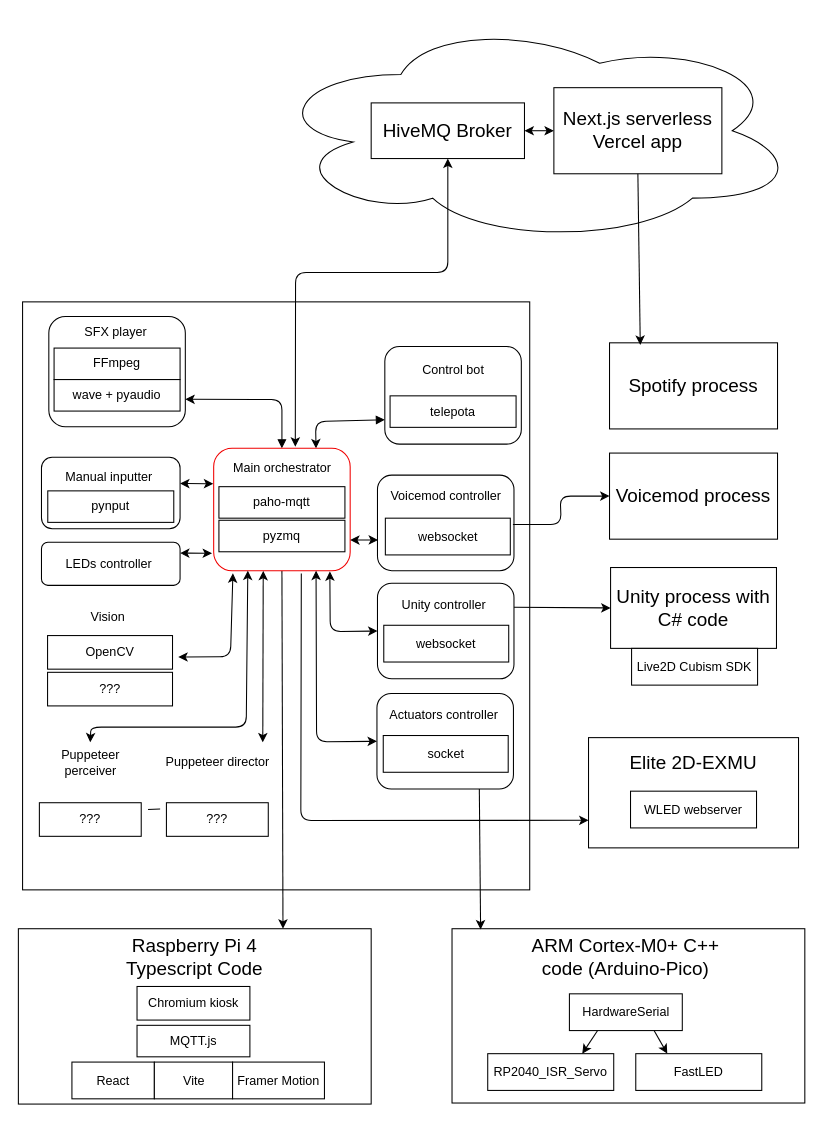
The draw.io diagram Planning/Software.drawio in MekhyW/DYNAMO2-Electronic-Fursuit-3.0, before the edit. Source tidied: cells renumbered, new cells numbered last; positions are measured from the earlier drawing's top-left corner, leaving out a move shared by most shapes. Both pictures are drawn from the tidied source at 105%, with x=0, y=0 at pixel (18, 18).
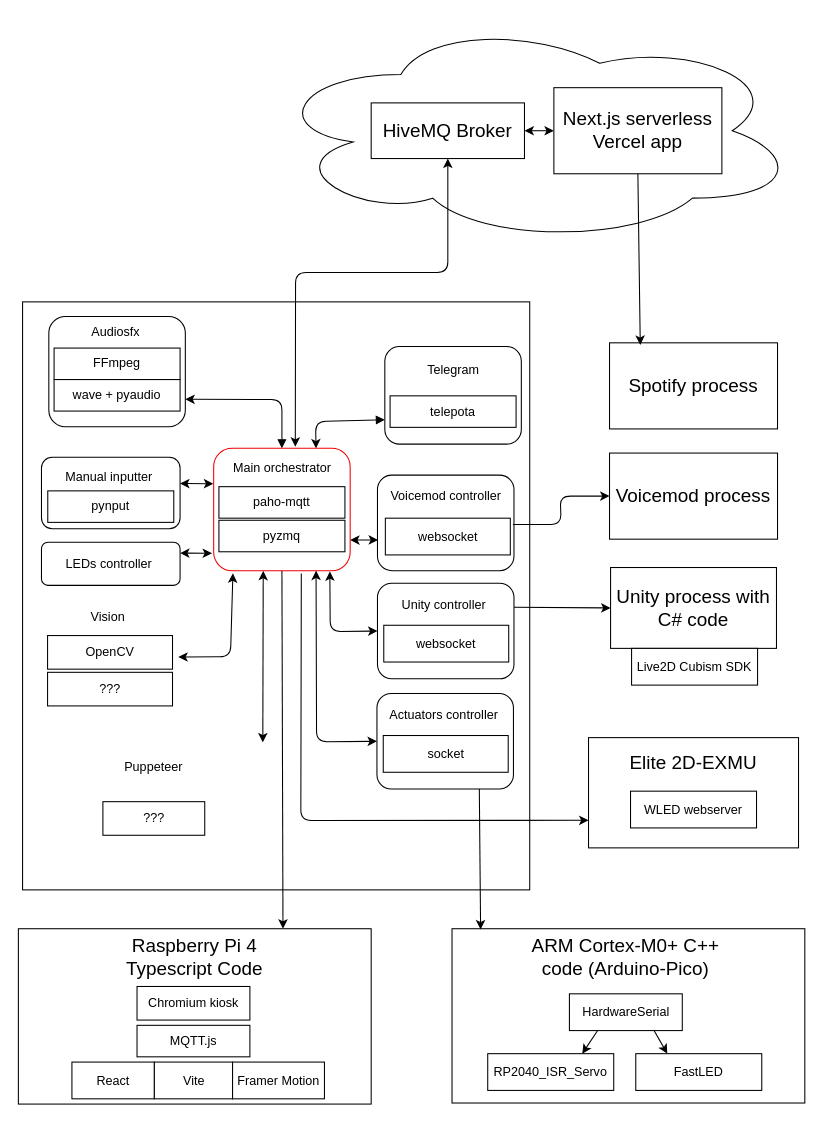
The same diagram, later.

The change refers to these unchanged cells:
```xml
<mxCell id="52" style="rounded=1;whiteSpace=wrap;html=1;fontSize=12;strokeColor=#F00000;" parent="1" vertex="1">
  <mxGeometry x="186" y="409.5" width="130" height="116.5" as="geometry" />
</mxCell>
```

The edit, as a diff of the source:
```diff
@@
-    <mxCell id="22" value="SFX player" style="text;html=1;strokeColor=none;fillColor=none;align=center;verticalAlign=middle;whiteSpace=wrap;rounded=0;fontSize=12;" parent="1" vertex="1">
+    <mxCell id="22" value="Audiosfx" style="text;html=1;strokeColor=none;fillColor=none;align=center;verticalAlign=middle;whiteSpace=wrap;rounded=0;fontSize=12;" parent="1" vertex="1">
       <mxGeometry x="55" y="284" width="76" height="30" as="geometry" />
     </mxCell>
@@
-    <mxCell id="26" value="Control bot" style="text;html=1;strokeColor=none;fillColor=none;align=center;verticalAlign=middle;whiteSpace=wrap;rounded=0;fontSize=12;" parent="1" vertex="1">
+    <mxCell id="26" value="Telegram" style="text;html=1;strokeColor=none;fillColor=none;align=center;verticalAlign=middle;whiteSpace=wrap;rounded=0;fontSize=12;" parent="1" vertex="1">
       <mxGeometry x="366.5" y="319.5" width="95" height="30" as="geometry" />
     </mxCell>
@@
-    <mxCell id="73" style="rounded=1;whiteSpace=wrap;html=1;fontSize=12;strokeColor=#FFFFFF;" parent="1" vertex="1">
-      <mxGeometry x="135" y="689" width="109" height="128" as="geometry" />
-    </mxCell>
-    <mxCell id="74" style="edgeStyle=none;html=1;exitX=1;exitY=0.5;exitDx=0;exitDy=0;entryX=0;entryY=0.5;entryDx=0;entryDy=0;endArrow=none;endFill=0;" parent="1" edge="1" source="75" target="73">
-      <mxGeometry relative="1" as="geometry" />
-    </mxCell>
     <mxCell id="75" style="rounded=1;whiteSpace=wrap;html=1;fontSize=12;strokeColor=#FFFFFF;" parent="1" vertex="1">
-      <mxGeometry x="14" y="689.5" width="109" height="128" as="geometry" />
+      <mxGeometry x="14" y="689.5" width="230" height="128" as="geometry" />
     </mxCell>
-    <mxCell id="76" value="Puppeteer perceiver" style="text;html=1;strokeColor=none;fillColor=none;align=center;verticalAlign=middle;whiteSpace=wrap;rounded=0;fontSize=12;" parent="1" vertex="1">
-      <mxGeometry x="15.5" y="694" width="106" height="30" as="geometry" />
+    <mxCell id="76" value="Puppeteer" style="text;html=1;strokeColor=none;fillColor=none;align=center;verticalAlign=middle;whiteSpace=wrap;rounded=0;fontSize=12;" parent="1" vertex="1">
+      <mxGeometry x="76" y="698" width="106" height="30" as="geometry" />
     </mxCell>
-    <mxCell id="77" value="Puppeteer director" style="text;html=1;strokeColor=none;fillColor=none;align=center;verticalAlign=middle;whiteSpace=wrap;rounded=0;fontSize=12;" parent="1" vertex="1">
-      <mxGeometry x="136.5" y="694" width="106" height="30" as="geometry" />
-    </mxCell>
     <mxCell id="78" value="???" style="rounded=0;whiteSpace=wrap;html=1;fontSize=12;" parent="1" vertex="1">
-      <mxGeometry x="20" y="747" width="97" height="32" as="geometry" />
+      <mxGeometry x="80.5" y="746" width="97" height="32" as="geometry" />
     </mxCell>
-    <mxCell id="79" value="???" style="rounded=0;whiteSpace=wrap;html=1;fontSize=12;" parent="1" vertex="1">
-      <mxGeometry x="141" y="747" width="97" height="32" as="geometry" />
-    </mxCell>
-    <mxCell id="80" style="endArrow=classic;startArrow=classic;html=1;entryX=0.897;entryY=0.004;entryDx=0;entryDy=0;exitX=0.363;exitY=1.002;exitDx=0;exitDy=0;exitPerimeter=0;entryPerimeter=0;" parent="1" edge="1" source="52" target="73">
-      <mxGeometry relative="1" as="geometry" />
+    <mxCell id="80" style="endArrow=classic;startArrow=classic;html=1;entryX=0.897;entryY=0.004;entryDx=0;entryDy=0;exitX=0.363;exitY=1.002;exitDx=0;exitDy=0;exitPerimeter=0;entryPerimeter=0;" parent="1" edge="1" source="52">
+      <mxGeometry relative="1" as="geometry">
+        <mxPoint x="232.8" y="689.5" as="targetPoint" />
+      </mxGeometry>
     </mxCell>
-    <mxCell id="81" style="endArrow=classic;startArrow=classic;html=1;entryX=0.5;entryY=0;entryDx=0;entryDy=0;exitX=0.25;exitY=1;exitDx=0;exitDy=0;" parent="1" edge="1" source="52" target="75">
-      <mxGeometry relative="1" as="geometry">
-        <Array as="points">
-          <mxPoint x="217" y="675" />
-          <mxPoint x="69" y="675" />
-        </Array>
-      </mxGeometry>
-    </mxCell>
```
